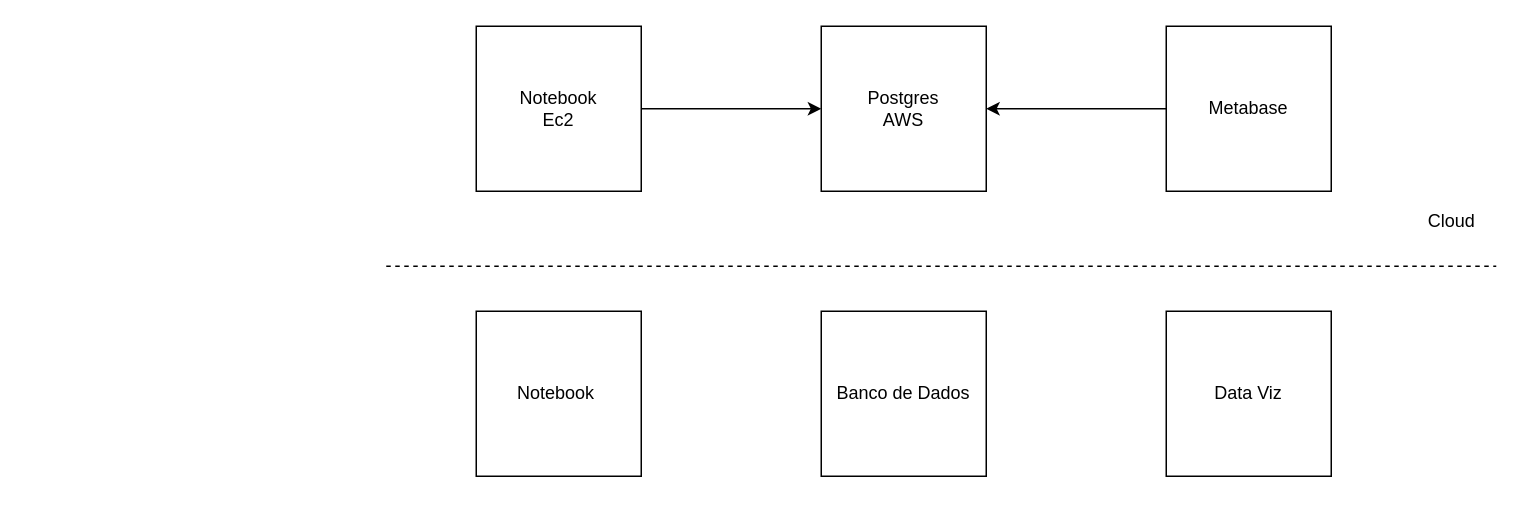
Before: Diagrama sem nome.drawio in carlosandradeds/webscrapping, a draw.io diagram. Source tidied: cells renumbered, new cells numbered last; positions are measured from the earlier drawing's top-left corner, leaving out a move shared by most shapes. Both pictures are drawn from the tidied source at 150%, with x=0, y=0 at pixel (386, 26).
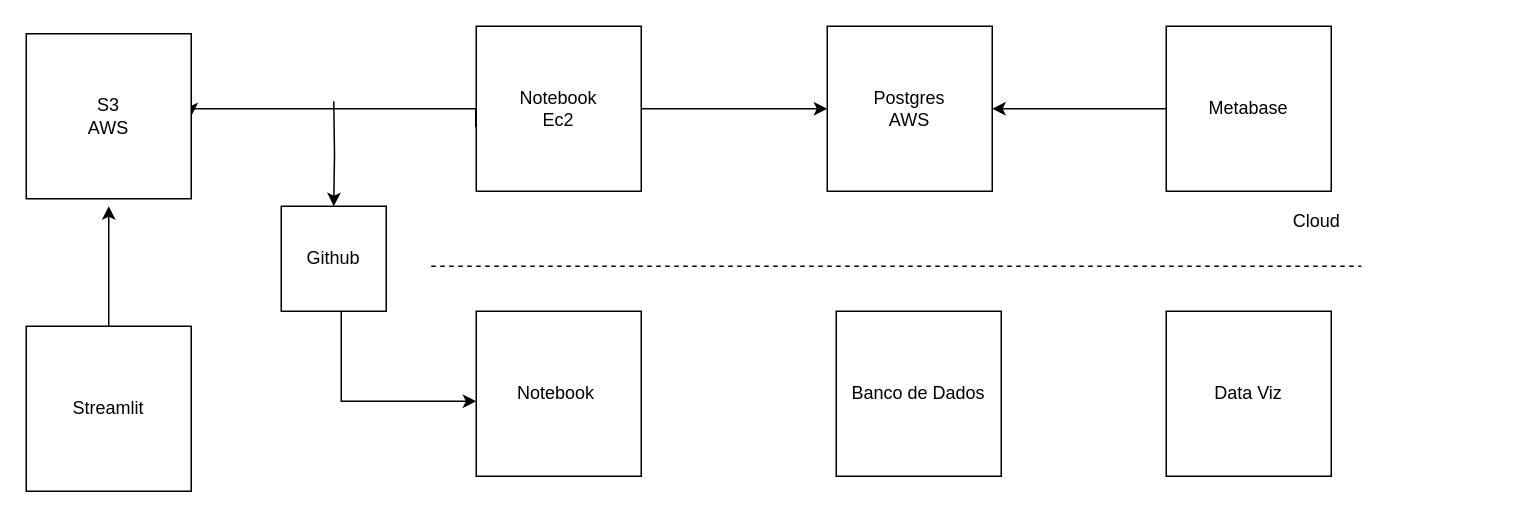
Above is the later version.

The change refers to these unchanged cells:
```xml
<mxCell id="9" value="Notebook&lt;br&gt;Ec2" style="whiteSpace=wrap;html=1;" parent="1" vertex="1">
  <mxGeometry x="60" width="110" height="110" as="geometry" />
</mxCell>
```

The edit, as a diff of the source:
```diff
@@
     <mxCell id="3" value="Banco de Dados" style="whiteSpace=wrap;html=1;" parent="1" vertex="1">
-      <mxGeometry x="290" y="190" width="110" height="110" as="geometry" />
+      <mxGeometry x="300" y="190" width="110" height="110" as="geometry" />
     </mxCell>
@@
     <mxCell id="6" value="Postgres&lt;br&gt;AWS" style="whiteSpace=wrap;html=1;" parent="1" vertex="1">
-      <mxGeometry x="290" width="110" height="110" as="geometry" />
+      <mxGeometry x="294" width="110" height="110" as="geometry" />
     </mxCell>
@@
     <mxCell id="10" style="endArrow=none;dashed=1;html=1;rounded=0;" parent="1" edge="1">
       <mxGeometry relative="1" as="geometry">
-        <mxPoint y="160" as="sourcePoint" />
-        <mxPoint x="740" y="160" as="targetPoint" />
+        <mxPoint x="30" y="160" as="sourcePoint" />
+        <mxPoint x="650" y="160" as="targetPoint" />
       </mxGeometry>
     </mxCell>
     <mxCell id="11" value="Cloud" style="text;html=1;align=center;verticalAlign=middle;strokeColor=none;fillColor=none;" parent="1" vertex="1">
-      <mxGeometry x="685" y="115" width="50" height="30" as="geometry" />
+      <mxGeometry x="595" y="115" width="50" height="30" as="geometry" />
     </mxCell>
+    <mxCell id="12" style="edgeStyle=orthogonalEdgeStyle;rounded=0;jettySize=auto;html=1;exitX=-0.003;exitY=0.612;exitDx=0;exitDy=0;exitPerimeter=0;entryX=1;entryY=0.5;entryDx=0;entryDy=0;" parent="1" edge="1" source="9" target="16">
+      <mxGeometry relative="1" as="geometry">
+        <Array as="points">
+          <mxPoint x="60" y="55" />
+          <mxPoint x="-130" y="55" />
+        </Array>
+      </mxGeometry>
+    </mxCell>
+    <mxCell id="13" style="edgeStyle=orthogonalEdgeStyle;rounded=0;jettySize=auto;html=1;" parent="1" edge="1" source="15">
+      <mxGeometry relative="1" as="geometry">
+        <mxPoint x="60" y="250" as="targetPoint" />
+        <Array as="points">
+          <mxPoint x="-30" y="250" />
+          <mxPoint x="60" y="250" />
+        </Array>
+      </mxGeometry>
+    </mxCell>
+    <mxCell id="14" style="edgeStyle=orthogonalEdgeStyle;rounded=0;jettySize=auto;html=1;entryX=0.5;entryY=0;entryDx=0;entryDy=0;" parent="1" edge="1" target="15">
+      <mxGeometry relative="1" as="geometry">
+        <mxPoint x="-35" y="50" as="sourcePoint" />
+      </mxGeometry>
+    </mxCell>
+    <mxCell id="15" value="Github" style="whiteSpace=wrap;html=1;" parent="1" vertex="1">
+      <mxGeometry x="-70" y="120" width="70" height="70" as="geometry" />
+    </mxCell>
+    <mxCell id="16" value="S3&lt;br&gt;AWS" style="whiteSpace=wrap;html=1;" parent="1" vertex="1">
+      <mxGeometry x="-240" y="5" width="110" height="110" as="geometry" />
+    </mxCell>
+    <mxCell id="17" style="edgeStyle=orthogonalEdgeStyle;rounded=0;jettySize=auto;html=1;exitX=0.5;exitY=0;exitDx=0;exitDy=0;" parent="1" edge="1" source="18">
+      <mxGeometry relative="1" as="geometry">
+        <mxPoint x="-185" y="120" as="targetPoint" />
+      </mxGeometry>
+    </mxCell>
+    <mxCell id="18" value="Streamlit" style="whiteSpace=wrap;html=1;" parent="1" vertex="1">
+      <mxGeometry x="-240" y="200" width="110" height="110" as="geometry" />
+    </mxCell>
```
